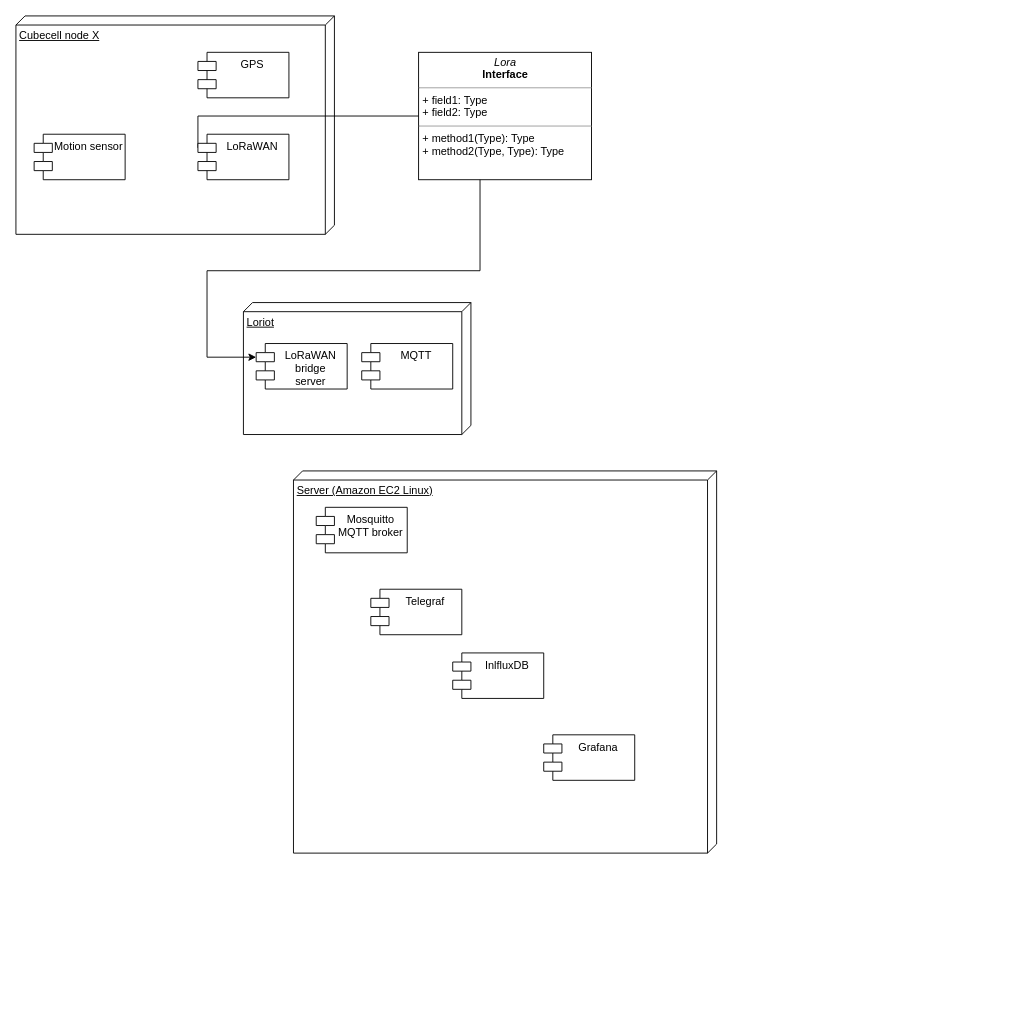
Above: Lora.drawio in krejcarek/lorawan (draw.io), before the change. Source tidied: cells renumbered, new cells numbered last; positions are measured from the earlier drawing's top-left corner, leaving out a move shared by most shapes. Both pictures are drawn from the tidied source at 91%, with x=0, y=0 at pixel (15, 15).
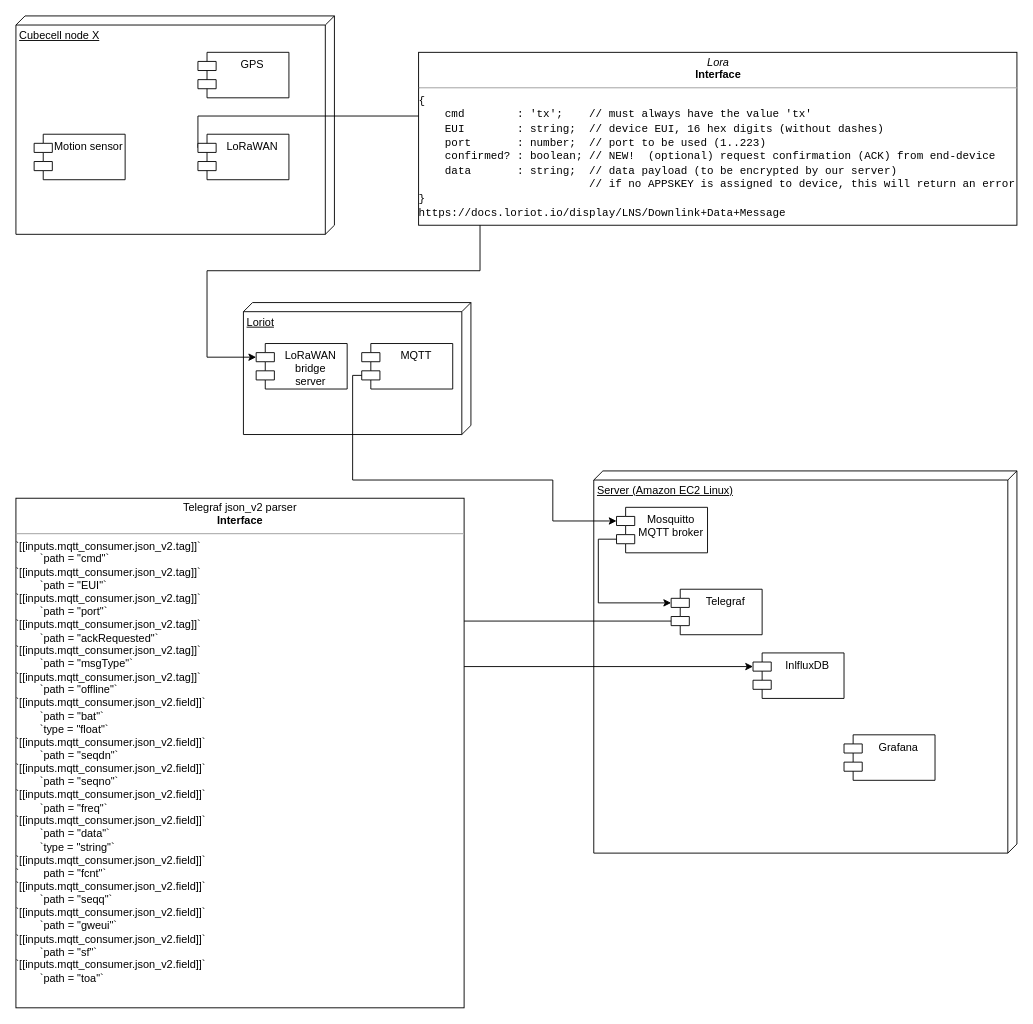
The same page after the edit.

The change refers to these unchanged cells:
```xml
<mxCell id="9" value="MQTT" style="shape=module;align=left;spacingLeft=20;align=center;verticalAlign=top;" parent="1" vertex="1">
  <mxGeometry x="380" y="360" width="100" height="50" as="geometry" />
</mxCell>
```

Diff of the diagram source:
```diff
@@
     <mxCell id="10" value="Server (Amazon EC2 Linux)" style="verticalAlign=top;align=left;spacingTop=8;spacingLeft=2;spacingRight=12;shape=cube;size=10;direction=south;fontStyle=4;html=1;" parent="1" vertex="1">
-      <mxGeometry x="305" y="500" width="465" height="420" as="geometry" />
+      <mxGeometry x="635" y="500" width="465" height="420" as="geometry" />
     </mxCell>
     <mxCell id="11" value="Mosquitto&#10;MQTT broker&#10;" style="shape=module;align=left;spacingLeft=20;align=center;verticalAlign=top;" parent="1" vertex="1">
-      <mxGeometry x="330" y="540" width="100" height="50" as="geometry" />
+      <mxGeometry x="660" y="540" width="100" height="50" as="geometry" />
     </mxCell>
     <mxCell id="12" value="Telegraf&#10;" style="shape=module;align=left;spacingLeft=20;align=center;verticalAlign=top;" parent="1" vertex="1">
-      <mxGeometry x="390" y="630" width="100" height="50" as="geometry" />
+      <mxGeometry x="720" y="630" width="100" height="50" as="geometry" />
     </mxCell>
     <mxCell id="13" value="InlfluxDB&#10;" style="shape=module;align=left;spacingLeft=20;align=center;verticalAlign=top;" parent="1" vertex="1">
-      <mxGeometry x="480" y="700" width="100" height="50" as="geometry" />
+      <mxGeometry x="810" y="700" width="100" height="50" as="geometry" />
     </mxCell>
     <mxCell id="14" value="Grafana&#10;" style="shape=module;align=left;spacingLeft=20;align=center;verticalAlign=top;" parent="1" vertex="1">
-      <mxGeometry x="580" y="790" width="100" height="50" as="geometry" />
+      <mxGeometry x="910" y="790" width="100" height="50" as="geometry" />
     </mxCell>
-    <mxCell id="15" value="&lt;p style=&quot;margin: 0px ; margin-top: 4px ; text-align: center&quot;&gt;&lt;i&gt;Lora&lt;/i&gt;&lt;br&gt;&lt;b&gt;Interface&lt;/b&gt;&lt;/p&gt;&lt;hr size=&quot;1&quot;&gt;&lt;p style=&quot;margin: 0px ; margin-left: 4px&quot;&gt;+ field1: Type&lt;br&gt;+ field2: Type&lt;/p&gt;&lt;hr size=&quot;1&quot;&gt;&lt;p style=&quot;margin: 0px ; margin-left: 4px&quot;&gt;+ method1(Type): Type&lt;br&gt;+ method2(Type, Type): Type&lt;/p&gt;" style="verticalAlign=top;align=left;overflow=fill;fontSize=12;fontFamily=Helvetica;html=1;" parent="1" vertex="1">
-      <mxGeometry x="442.5" y="40" width="190" height="140" as="geometry" />
+    <mxCell id="15" value="&lt;p style=&quot;margin: 0px ; margin-top: 4px ; text-align: center&quot;&gt;&lt;i&gt;Lora&lt;/i&gt;&lt;br&gt;&lt;b&gt;Interface&lt;/b&gt;&lt;/p&gt;&lt;hr size=&quot;1&quot;&gt;&lt;div class=&quot;container&quot; title=&quot;Hint: double-click to select code&quot;&gt;&lt;div class=&quot;line number1 index0 alt2&quot;&gt;&lt;code class=&quot;js plain&quot;&gt;{&lt;/code&gt;&lt;/div&gt;&lt;div class=&quot;line number2 index1 alt1&quot;&gt;&lt;code class=&quot;js spaces&quot;&gt;&amp;nbsp;&amp;nbsp;&amp;nbsp;&amp;nbsp;&lt;/code&gt;&lt;code class=&quot;js plain&quot;&gt;cmd&amp;nbsp;&amp;nbsp;&amp;nbsp;&amp;nbsp;&amp;nbsp;&amp;nbsp;&amp;nbsp; : &lt;/code&gt;&lt;code class=&quot;js string&quot;&gt;'tx'&lt;/code&gt;&lt;code class=&quot;js plain&quot;&gt;;&amp;nbsp;&amp;nbsp;&amp;nbsp; &lt;/code&gt;&lt;code class=&quot;js comments&quot;&gt;// must always have the value 'tx'&lt;/code&gt;&lt;/div&gt;&lt;div class=&quot;line number3 index2 alt2&quot;&gt;&lt;code class=&quot;js spaces&quot;&gt;&amp;nbsp;&amp;nbsp;&amp;nbsp;&amp;nbsp;&lt;/code&gt;&lt;code class=&quot;js plain&quot;&gt;EUI&amp;nbsp;&amp;nbsp;&amp;nbsp;&amp;nbsp;&amp;nbsp;&amp;nbsp;&amp;nbsp; : string;&amp;nbsp; &lt;/code&gt;&lt;code class=&quot;js comments&quot;&gt;// device EUI, 16 hex digits (without dashes)&lt;/code&gt;&lt;/div&gt;&lt;div class=&quot;line number4 index3 alt1&quot;&gt;&lt;code class=&quot;js spaces&quot;&gt;&amp;nbsp;&amp;nbsp;&amp;nbsp;&amp;nbsp;&lt;/code&gt;&lt;code class=&quot;js plain&quot;&gt;port&amp;nbsp;&amp;nbsp;&amp;nbsp;&amp;nbsp;&amp;nbsp;&amp;nbsp; : number;&amp;nbsp; &lt;/code&gt;&lt;code class=&quot;js comments&quot;&gt;// port to be used (1..223)&lt;/code&gt;&lt;/div&gt;&lt;div class=&quot;line number5 index4 alt2&quot;&gt;&lt;code class=&quot;js spaces&quot;&gt;&amp;nbsp;&amp;nbsp;&amp;nbsp;&amp;nbsp;&lt;/code&gt;&lt;code class=&quot;js plain&quot;&gt;confirmed? : boolean; &lt;/code&gt;&lt;code class=&quot;js comments&quot;&gt;// NEW!&amp;nbsp; (optional) request confirmation (ACK) from end-device&lt;/code&gt;&lt;/div&gt;&lt;div class=&quot;line number6 index5 alt1&quot;&gt;&lt;code class=&quot;js spaces&quot;&gt;&amp;nbsp;&amp;nbsp;&amp;nbsp;&amp;nbsp;&lt;/code&gt;&lt;code class=&quot;js plain&quot;&gt;data&amp;nbsp;&amp;nbsp;&amp;nbsp;&amp;nbsp;&amp;nbsp;&amp;nbsp; : string;&amp;nbsp; &lt;/code&gt;&lt;code class=&quot;js comments&quot;&gt;// data payload (to be encrypted by our server)&lt;/code&gt;&lt;/div&gt;&lt;div class=&quot;line number7 index6 alt2&quot;&gt;&lt;code class=&quot;js spaces&quot;&gt;&amp;nbsp;&amp;nbsp;&amp;nbsp;&amp;nbsp;&amp;nbsp;&amp;nbsp;&amp;nbsp;&amp;nbsp;&amp;nbsp;&amp;nbsp;&amp;nbsp;&amp;nbsp;&amp;nbsp;&amp;nbsp;&amp;nbsp;&amp;nbsp;&amp;nbsp;&amp;nbsp;&amp;nbsp;&amp;nbsp;&amp;nbsp;&amp;nbsp;&amp;nbsp;&amp;nbsp;&amp;nbsp;&amp;nbsp;&lt;/code&gt;&lt;code class=&quot;js comments&quot;&gt;// if no APPSKEY is assigned to device, this will return an error&lt;/code&gt;&lt;/div&gt;&lt;div class=&quot;line number8 index7 alt1&quot;&gt;&lt;code class=&quot;js plain&quot;&gt;}&lt;/code&gt;&lt;/div&gt;&lt;div class=&quot;line number8 index7 alt1&quot;&gt;&lt;code class=&quot;js plain&quot;&gt;https://docs.loriot.io/display/LNS/Downlink+Data+Message&lt;br&gt;&lt;/code&gt;&lt;/div&gt;&lt;/div&gt;" style="verticalAlign=top;align=left;overflow=fill;fontSize=12;fontFamily=Helvetica;html=1;" parent="1" vertex="1">
+      <mxGeometry x="442.5" y="40" width="657.5" height="190" as="geometry" />
     </mxCell>
+    <mxCell id="16" style="edgeStyle=orthogonalEdgeStyle;rounded=0;jettySize=auto;html=1;exitX=0;exitY=0;exitDx=0;exitDy=35;exitPerimeter=0;entryX=0;entryY=0;entryDx=0;entryDy=15;entryPerimeter=0;" parent="1" edge="1" source="9" target="11">
+      <mxGeometry relative="1" as="geometry">
+        <Array as="points">
+          <mxPoint x="370" y="395" />
+          <mxPoint x="370" y="510" />
+          <mxPoint x="590" y="510" />
+          <mxPoint x="590" y="555" />
+        </Array>
+      </mxGeometry>
+    </mxCell>
+    <mxCell id="17" style="edgeStyle=orthogonalEdgeStyle;rounded=0;jettySize=auto;html=1;exitX=0;exitY=0;exitDx=0;exitDy=35;exitPerimeter=0;entryX=0;entryY=0;entryDx=0;entryDy=15;entryPerimeter=0;" parent="1" edge="1" source="11" target="12">
+      <mxGeometry relative="1" as="geometry" />
+    </mxCell>
+    <mxCell id="18" style="edgeStyle=orthogonalEdgeStyle;rounded=0;jettySize=auto;html=1;exitX=0;exitY=0;exitDx=0;exitDy=35;exitPerimeter=0;entryX=0;entryY=0;entryDx=0;entryDy=15;entryPerimeter=0;" parent="1" edge="1" source="12" target="13">
+      <mxGeometry relative="1" as="geometry">
+        <Array as="points">
+          <mxPoint x="490" y="665" />
+          <mxPoint x="490" y="715" />
+        </Array>
+      </mxGeometry>
+    </mxCell>
+    <mxCell id="19" value="&lt;p style=&quot;margin: 0px ; margin-top: 4px ; text-align: center&quot;&gt;Telegraf json_v2 parser&lt;br&gt;&lt;b&gt;Interface&lt;/b&gt;&lt;/p&gt;&lt;hr size=&quot;1&quot;&gt;&lt;div class=&quot;container&quot; title=&quot;Hint: double-click to select code&quot;&gt;`[[inputs.mqtt_consumer.json_v2.tag]]`&lt;br&gt;&amp;nbsp;&amp;nbsp;&amp;nbsp;&amp;nbsp;&amp;nbsp;&amp;nbsp;&amp;nbsp; `path = &quot;cmd&quot;`&lt;br&gt;`[[inputs.mqtt_consumer.json_v2.tag]]`&lt;br&gt;&amp;nbsp;&amp;nbsp;&amp;nbsp;&amp;nbsp;&amp;nbsp;&amp;nbsp;&amp;nbsp; `path = &quot;EUI&quot;`&lt;br&gt;`[[inputs.mqtt_consumer.json_v2.tag]]`&lt;br&gt;&amp;nbsp;&amp;nbsp;&amp;nbsp;&amp;nbsp;&amp;nbsp;&amp;nbsp;&amp;nbsp; `path = &quot;port&quot;`&lt;br&gt;`[[inputs.mqtt_consumer.json_v2.tag]]`&lt;br&gt;&amp;nbsp;&amp;nbsp;&amp;nbsp;&amp;nbsp;&amp;nbsp;&amp;nbsp;&amp;nbsp; `path = &quot;ackRequested&quot;`&lt;br&gt;`[[inputs.mqtt_consumer.json_v2.tag]]`&lt;br&gt;&amp;nbsp;&amp;nbsp;&amp;nbsp;&amp;nbsp;&amp;nbsp;&amp;nbsp;&amp;nbsp; `path = &quot;msgType&quot;`&lt;br&gt;`[[inputs.mqtt_consumer.json_v2.tag]]`&lt;br&gt;&amp;nbsp;&amp;nbsp;&amp;nbsp;&amp;nbsp;&amp;nbsp;&amp;nbsp;&amp;nbsp; `path = &quot;offline&quot;`&lt;br&gt;`[[inputs.mqtt_consumer.json_v2.field]]`&lt;br&gt;&amp;nbsp;&amp;nbsp;&amp;nbsp;&amp;nbsp;&amp;nbsp;&amp;nbsp;&amp;nbsp; `path = &quot;bat&quot;`&lt;br&gt;&amp;nbsp;&amp;nbsp;&amp;nbsp;&amp;nbsp;&amp;nbsp;&amp;nbsp;&amp;nbsp; `type = &quot;float&quot;`&lt;br&gt;`[[inputs.mqtt_consumer.json_v2.field]]`&lt;br&gt;&amp;nbsp;&amp;nbsp;&amp;nbsp;&amp;nbsp;&amp;nbsp;&amp;nbsp;&amp;nbsp; `path = &quot;seqdn&quot;`&lt;br&gt;`[[inputs.mqtt_consumer.json_v2.field]]`&lt;br&gt;&amp;nbsp;&amp;nbsp;&amp;nbsp;&amp;nbsp;&amp;nbsp;&amp;nbsp;&amp;nbsp; `path = &quot;seqno&quot;`&lt;br&gt;`[[inputs.mqtt_consumer.json_v2.field]]`&lt;br&gt;&amp;nbsp;&amp;nbsp;&amp;nbsp;&amp;nbsp;&amp;nbsp;&amp;nbsp;&amp;nbsp; `path = &quot;freq&quot;`&lt;br&gt;`[[inputs.mqtt_consumer.json_v2.field]]`&lt;br&gt;&amp;nbsp;&amp;nbsp;&amp;nbsp;&amp;nbsp;&amp;nbsp;&amp;nbsp;&amp;nbsp; `path = &quot;data&quot;`&lt;br&gt;&amp;nbsp;&amp;nbsp;&amp;nbsp;&amp;nbsp;&amp;nbsp;&amp;nbsp;&amp;nbsp; `type = &quot;string&quot;`&lt;br&gt;`[[inputs.mqtt_consumer.json_v2.field]]`&lt;br&gt;`&amp;nbsp;&amp;nbsp;&amp;nbsp;&amp;nbsp;&amp;nbsp;&amp;nbsp;&amp;nbsp; path = &quot;fcnt&quot;`&lt;br&gt;`[[inputs.mqtt_consumer.json_v2.field]]`&lt;br&gt;&amp;nbsp;&amp;nbsp;&amp;nbsp;&amp;nbsp;&amp;nbsp;&amp;nbsp;&amp;nbsp; `path = &quot;seqq&quot;`&lt;br&gt;`[[inputs.mqtt_consumer.json_v2.field]]`&lt;br&gt;&amp;nbsp;&amp;nbsp;&amp;nbsp;&amp;nbsp;&amp;nbsp;&amp;nbsp;&amp;nbsp; `path = &quot;gweui&quot;`&lt;br&gt;`[[inputs.mqtt_consumer.json_v2.field]]`&lt;br&gt;&amp;nbsp;&amp;nbsp;&amp;nbsp;&amp;nbsp;&amp;nbsp;&amp;nbsp;&amp;nbsp; `path = &quot;sf&quot;`&lt;br&gt;`[[inputs.mqtt_consumer.json_v2.field]]`&lt;br&gt;&amp;nbsp;&amp;nbsp;&amp;nbsp;&amp;nbsp;&amp;nbsp;&amp;nbsp;&amp;nbsp; `path = &quot;toa&quot;`&lt;br&gt;&lt;/div&gt;" style="verticalAlign=top;align=left;overflow=fill;fontSize=12;fontFamily=Helvetica;html=1;" parent="1" vertex="1">
+      <mxGeometry y="530" width="492.5" height="560" as="geometry" />
+    </mxCell>
```
